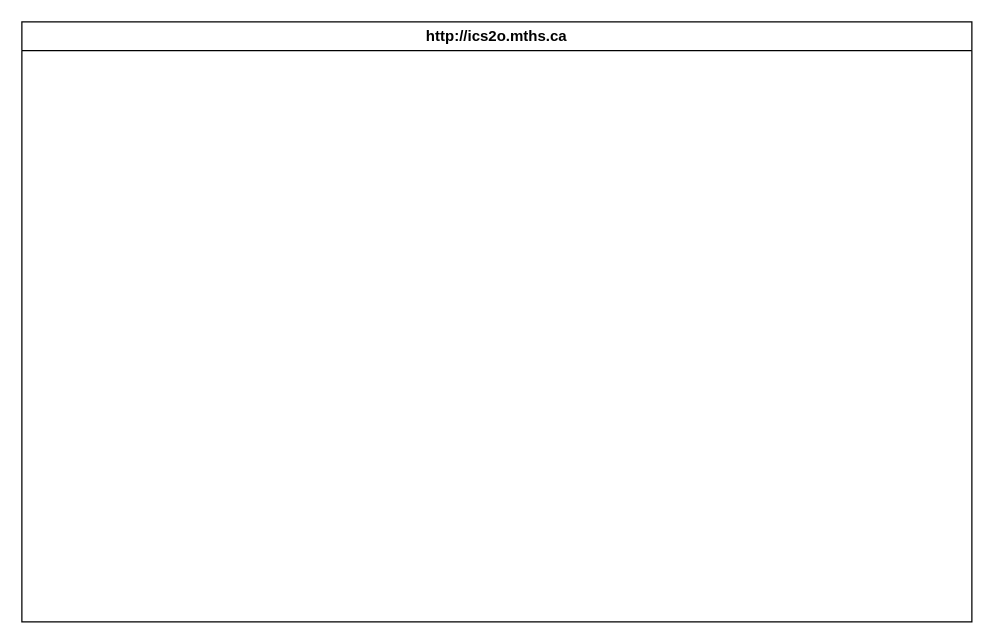
The draw.io diagram design/storyboard.drawio in MTHS-ICS2O-2-2022/ICS2O-Unit-5-06-Fares-Abdelkader, before the edit. Source tidied: cells renumbered, new cells numbered last; positions are measured from the earlier drawing's top-left corner, leaving out a move shared by most shapes. Both pictures are drawn from the tidied source at 125%, with x=0, y=0 at pixel (21, 21).
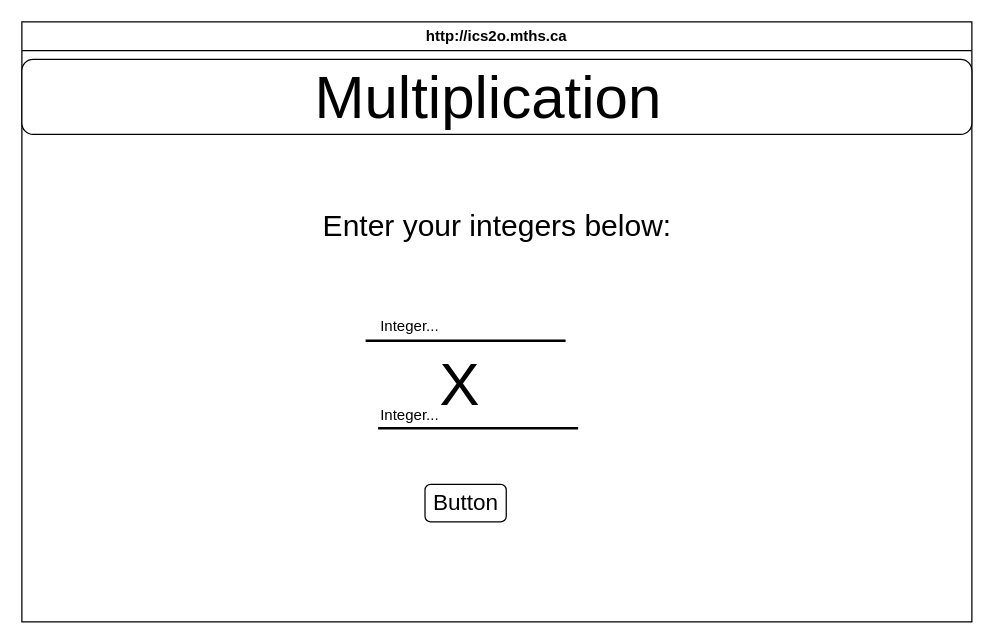
The same diagram, later.

Diff of the diagram source:
```diff
@@
 <mxGraphModel>
   <root>
     <mxCell id="0" />
     <mxCell id="1" parent="0" />
     <mxCell id="2" value="http://ics2o.mths.ca" style="swimlane;whiteSpace=wrap;html=1;" parent="1" vertex="1">
       <mxGeometry width="760" height="480" as="geometry" />
     </mxCell>
+    <mxCell id="3" value="&lt;font style=&quot;font-size: 48px;&quot;&gt;Multiplication&amp;nbsp;&lt;/font&gt;" style="rounded=1;whiteSpace=wrap;html=1;" parent="2" vertex="1">
+      <mxGeometry y="30" width="760" height="60" as="geometry" />
+    </mxCell>
+    <mxCell id="4" value="&lt;font style=&quot;font-size: 24px;&quot;&gt;Enter your integers below:&lt;/font&gt;" style="text;html=1;align=center;verticalAlign=middle;strokeColor=none;fillColor=none;fontSize=48;" parent="2" vertex="1">
+      <mxGeometry x="230" y="120" width="300" height="70" as="geometry" />
+    </mxCell>
+    <mxCell id="5" style="line;strokeWidth=2;html=1;fontSize=24;" parent="2" vertex="1">
+      <mxGeometry x="275" y="250" width="160" height="10" as="geometry" />
+    </mxCell>
+    <mxCell id="6" style="line;strokeWidth=2;html=1;fontSize=12;" parent="2" vertex="1">
+      <mxGeometry x="285" y="320" width="160" height="10" as="geometry" />
+    </mxCell>
+    <mxCell id="7" value="Integer..." style="text;html=1;align=center;verticalAlign=middle;strokeColor=none;fillColor=none;fontSize=12;" parent="2" vertex="1">
+      <mxGeometry x="275" y="300" width="70" height="30" as="geometry" />
+    </mxCell>
+    <mxCell id="8" value="&lt;font style=&quot;font-size: 12px;&quot;&gt;Integer...&lt;/font&gt;" style="text;html=1;align=center;verticalAlign=middle;strokeColor=none;fillColor=none;fontSize=24;" parent="2" vertex="1">
+      <mxGeometry x="275" y="220" width="70" height="40" as="geometry" />
+    </mxCell>
+    <mxCell id="9" value="Button" style="rounded=1;whiteSpace=wrap;html=1;fontSize=18;" parent="2" vertex="1">
+      <mxGeometry x="322.5" y="370" width="65" height="30" as="geometry" />
+    </mxCell>
+    <mxCell id="10" value="&lt;font style=&quot;font-size: 48px;&quot;&gt;X&lt;/font&gt;" style="text;html=1;align=center;verticalAlign=middle;strokeColor=none;fillColor=none;fontSize=12;" parent="1" vertex="1">
+      <mxGeometry x="320" y="255" width="60" height="70" as="geometry" />
+    </mxCell>
   </root>
 </mxGraphModel>
```
